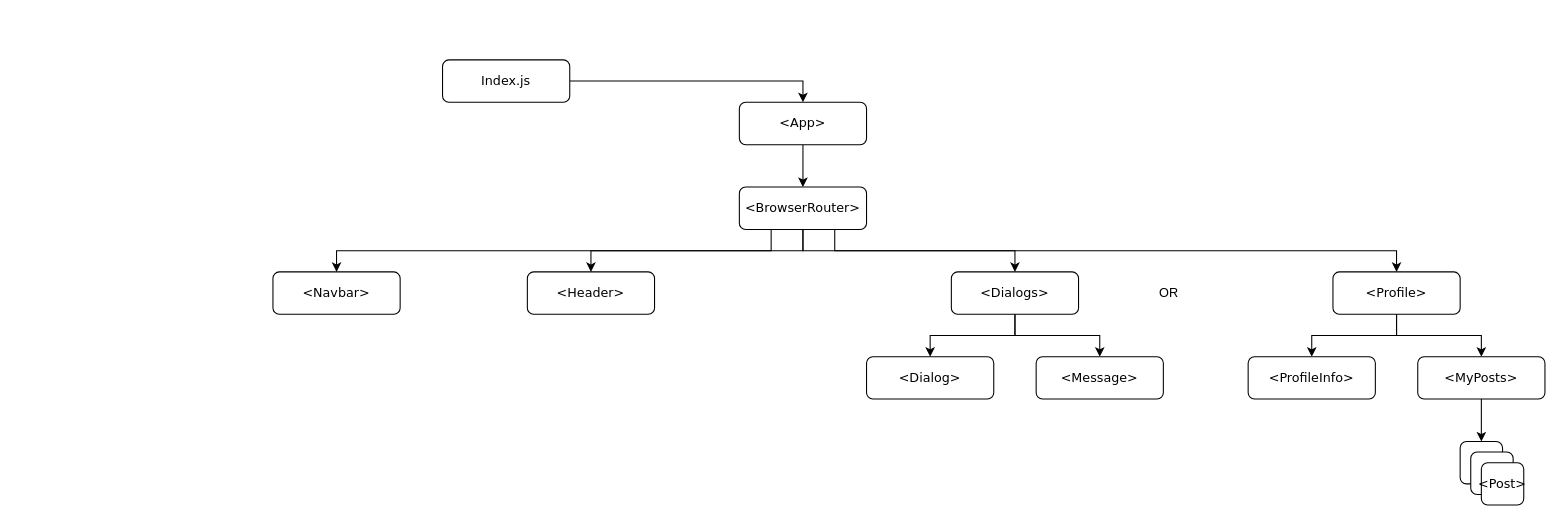
Above: AppDiagramPrototype.drawio in vladgrudak/React-social-network (draw.io), before the change. Source tidied: cells renumbered, new cells numbered last; positions are measured from the earlier drawing's top-left corner, leaving out a move shared by most shapes. Both pictures are drawn from the tidied source at 106%, with x=0, y=0 at pixel (272, 59).
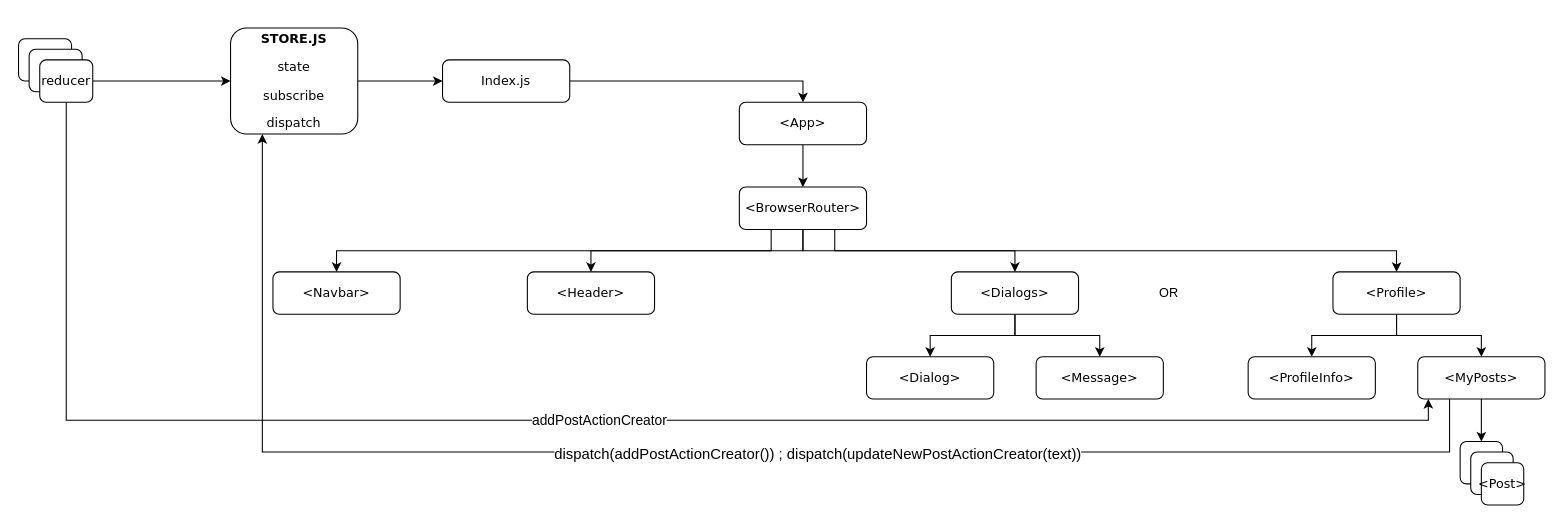
Above is the later version.

The change refers to these unchanged cells:
```xml
<mxCell id="3" value="&lt;p&gt;&lt;font face=&quot;Verdana&quot;&gt;Index.js&lt;/font&gt;&lt;/p&gt;" style="rounded=1;whiteSpace=wrap;html=1;" parent="1" vertex="1">
  <mxGeometry x="160" width="120" height="40" as="geometry" />
</mxCell>
<mxCell id="24" value="&lt;p&gt;&lt;font face=&quot;Verdana&quot;&gt;&amp;lt;MyPosts&amp;gt;&lt;/font&gt;&lt;/p&gt;" style="rounded=1;whiteSpace=wrap;html=1;" parent="1" vertex="1">
  <mxGeometry x="1080" y="280" width="120" height="40" as="geometry" />
</mxCell>
```

Diff of the diagram source:
```diff
@@
+    <mxCell id="28" style="edgeStyle=orthogonalEdgeStyle;rounded=0;jettySize=auto;html=1;exitX=0.25;exitY=1;exitDx=0;exitDy=0;entryX=0.25;entryY=1;entryDx=0;entryDy=0;" parent="1" edge="1" source="24" target="31">
+      <mxGeometry relative="1" as="geometry">
+        <Array as="points">
+          <mxPoint x="1110" y="370" />
+          <mxPoint x="-10" y="370" />
+        </Array>
+      </mxGeometry>
+    </mxCell>
+    <mxCell id="29" value="&lt;font style=&quot;font-size: 14px&quot;&gt;dispatch(addPostActionCreator()) ; dispatch(updateNewPostActionCreator(text))&lt;/font&gt;" style="edgeLabel;html=1;align=center;verticalAlign=middle;" parent="28" vertex="1">
+      <mxGeometry x="-0.12" y="1" relative="1" as="geometry" />
+    </mxCell>
@@
+    <mxCell id="30" style="edgeStyle=orthogonalEdgeStyle;rounded=0;jettySize=auto;html=1;entryX=0;entryY=0.5;entryDx=0;entryDy=0;" parent="1" edge="1" source="31" target="3">
+      <mxGeometry relative="1" as="geometry" />
+    </mxCell>
+    <mxCell id="31" value="&lt;p&gt;&lt;font face=&quot;Verdana&quot;&gt;&lt;b&gt;STORE.JS&lt;/b&gt;&lt;/font&gt;&lt;/p&gt;&lt;p&gt;&lt;font face=&quot;Verdana&quot;&gt;state&lt;/font&gt;&lt;/p&gt;&lt;p&gt;&lt;font face=&quot;Verdana&quot;&gt;subscribe&lt;/font&gt;&lt;/p&gt;&lt;p&gt;&lt;font face=&quot;Verdana&quot;&gt;dispatch&lt;/font&gt;&lt;/p&gt;" style="rounded=1;whiteSpace=wrap;html=1;" parent="1" vertex="1">
+      <mxGeometry x="-40" y="-30" width="120" height="100" as="geometry" />
+    </mxCell>
+    <mxCell id="32" value="&lt;p&gt;&lt;br&gt;&lt;/p&gt;" style="rounded=1;whiteSpace=wrap;html=1;" parent="1" vertex="1">
+      <mxGeometry x="-240" y="-20" width="50" height="40" as="geometry" />
+    </mxCell>
+    <mxCell id="33" value="&lt;p&gt;&lt;br&gt;&lt;/p&gt;" style="rounded=1;whiteSpace=wrap;html=1;" parent="1" vertex="1">
+      <mxGeometry x="-230" y="-10" width="50" height="40" as="geometry" />
+    </mxCell>
+    <mxCell id="34" style="edgeStyle=orthogonalEdgeStyle;rounded=0;jettySize=auto;html=1;entryX=0;entryY=0.5;entryDx=0;entryDy=0;" parent="1" edge="1" source="36" target="31">
+      <mxGeometry relative="1" as="geometry" />
+    </mxCell>
+    <mxCell id="35" value="&lt;font style=&quot;font-size: 13px&quot;&gt;addPostActionCreator&lt;/font&gt;" style="edgeStyle=orthogonalEdgeStyle;rounded=0;jettySize=auto;html=1;exitX=0.5;exitY=1;exitDx=0;exitDy=0;entryX=0.083;entryY=1;entryDx=0;entryDy=0;entryPerimeter=0;" parent="1" edge="1" source="36" target="24">
+      <mxGeometry relative="1" as="geometry" />
+    </mxCell>
+    <mxCell id="36" value="&lt;p&gt;&lt;font face=&quot;Verdana&quot;&gt;reducer&lt;/font&gt;&lt;/p&gt;" style="rounded=1;whiteSpace=wrap;html=1;" parent="1" vertex="1">
+      <mxGeometry x="-220" width="50" height="40" as="geometry" />
+    </mxCell>
```
